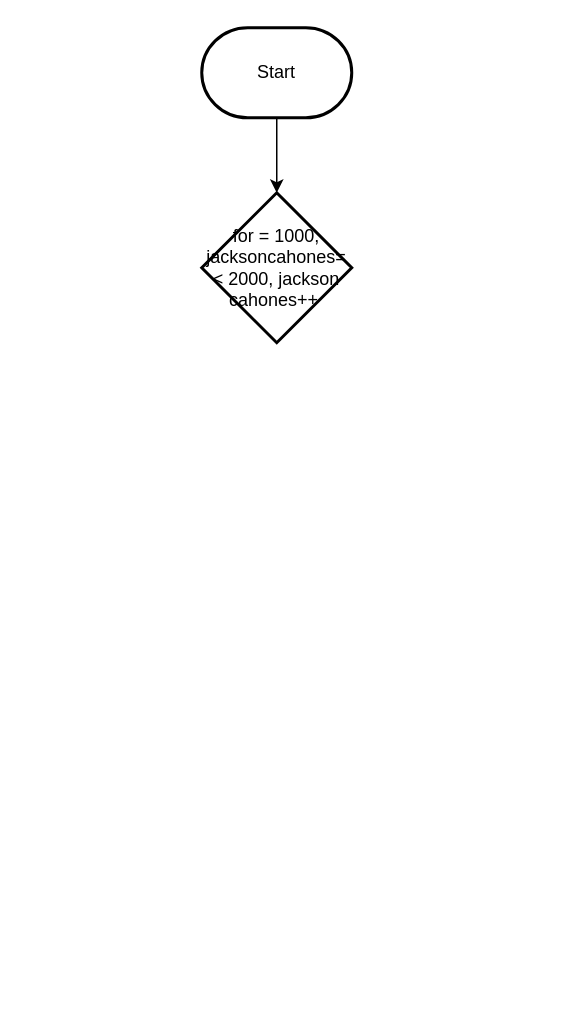
Above: Draw.io/Flowchart.drawio in Peter-Gemmell/ICS3U-Unit4-07-Python (draw.io), before the change. Source tidied: cells renumbered, new cells numbered last; positions are measured from the earlier drawing's top-left corner, leaving out a move shared by most shapes. Both pictures are drawn from the tidied source at 150%, with x=0, y=0 at pixel (201, 27).
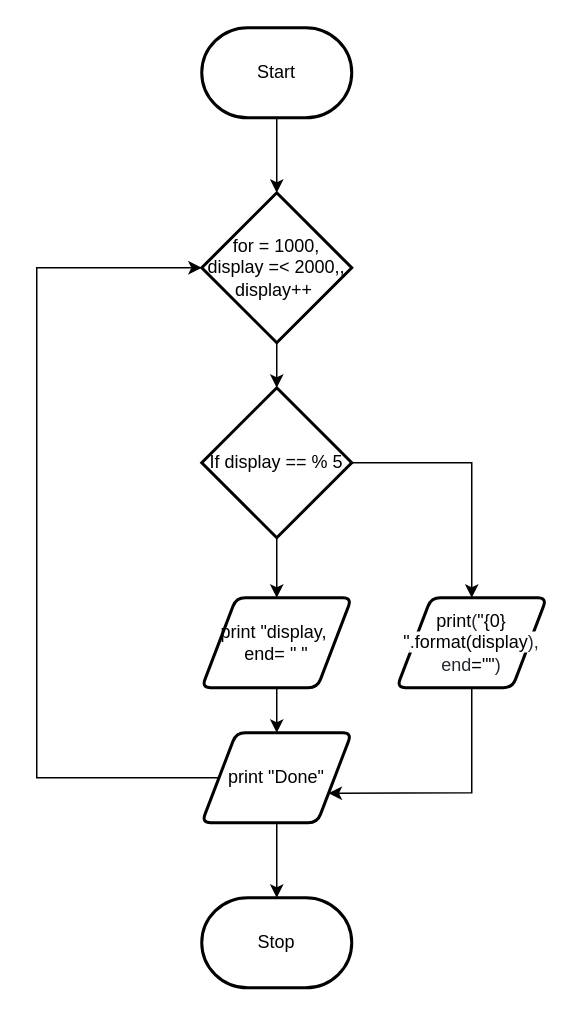
The same page after the edit.

The edit, as a diff of the source:
```diff
@@
+    <mxCell id="5" style="edgeStyle=none;html=1;exitX=0.5;exitY=1;exitDx=0;exitDy=0;exitPerimeter=0;entryX=0.5;entryY=0;entryDx=0;entryDy=0;entryPerimeter=0;" parent="1" edge="1" source="4" target="8">
+      <mxGeometry relative="1" as="geometry" />
+    </mxCell>
-    <mxCell id="4" value="for = 1000, jacksoncahones=&amp;lt; 2000, jackson cahones++&amp;nbsp;" style="strokeWidth=2;html=1;shape=mxgraph.flowchart.decision;whiteSpace=wrap;" parent="1" vertex="1">
+    <mxCell id="4" value="for = 1000, display =&amp;lt; 2000,, display++&amp;nbsp;" style="strokeWidth=2;html=1;shape=mxgraph.flowchart.decision;whiteSpace=wrap;" parent="1" vertex="1">
       <mxGeometry y="110" width="100" height="100" as="geometry" />
     </mxCell>
+    <mxCell id="6" style="edgeStyle=none;html=1;entryX=0.5;entryY=0;entryDx=0;entryDy=0;" parent="1" edge="1" source="8" target="10">
+      <mxGeometry relative="1" as="geometry" />
+    </mxCell>
+    <mxCell id="7" style="edgeStyle=none;html=1;entryX=0.5;entryY=0;entryDx=0;entryDy=0;exitX=1;exitY=0.5;exitDx=0;exitDy=0;exitPerimeter=0;rounded=0;" parent="1" edge="1" source="8" target="12">
+      <mxGeometry relative="1" as="geometry">
+        <Array as="points">
+          <mxPoint x="180" y="290" />
+        </Array>
+      </mxGeometry>
+    </mxCell>
+    <mxCell id="8" value="If display == % 5" style="strokeWidth=2;html=1;shape=mxgraph.flowchart.decision;whiteSpace=wrap;" parent="1" vertex="1">
+      <mxGeometry y="240" width="100" height="100" as="geometry" />
+    </mxCell>
+    <mxCell id="9" style="edgeStyle=none;rounded=0;html=1;exitX=0.5;exitY=1;exitDx=0;exitDy=0;entryX=0.5;entryY=0;entryDx=0;entryDy=0;" parent="1" edge="1" source="10" target="15">
+      <mxGeometry relative="1" as="geometry" />
+    </mxCell>
+    <mxCell id="10" value="print &quot;display,&amp;nbsp; end= &quot; &quot;" style="shape=parallelogram;html=1;strokeWidth=2;perimeter=parallelogramPerimeter;whiteSpace=wrap;rounded=1;arcSize=12;size=0.23;" parent="1" vertex="1">
+      <mxGeometry y="380" width="100" height="60" as="geometry" />
+    </mxCell>
+    <mxCell id="11" style="edgeStyle=none;rounded=0;html=1;exitX=0.5;exitY=1;exitDx=0;exitDy=0;entryX=1;entryY=0.75;entryDx=0;entryDy=0;" parent="1" edge="1" source="12" target="15">
+      <mxGeometry relative="1" as="geometry">
+        <Array as="points">
+          <mxPoint x="180" y="510" />
+        </Array>
+      </mxGeometry>
+    </mxCell>
+    <mxCell id="12" value="&lt;span class=&quot;pl-en&quot; style=&quot;box-sizing: border-box ; font-family: , , &amp;#34;sf mono&amp;#34; , &amp;#34;menlo&amp;#34; , &amp;#34;consolas&amp;#34; , &amp;#34;liberation mono&amp;#34; , monospace ; background-color: rgb(255 , 255 , 255)&quot;&gt;print&lt;/span&gt;&lt;span style=&quot;color: rgb(36 , 41 , 47) ; font-family: , , &amp;#34;sf mono&amp;#34; , &amp;#34;menlo&amp;#34; , &amp;#34;consolas&amp;#34; , &amp;#34;liberation mono&amp;#34; , monospace ; background-color: rgb(255 , 255 , 255)&quot;&gt;(&lt;/span&gt;&lt;span class=&quot;pl-s&quot; style=&quot;box-sizing: border-box ; font-family: , , &amp;#34;sf mono&amp;#34; , &amp;#34;menlo&amp;#34; , &amp;#34;consolas&amp;#34; , &amp;#34;liberation mono&amp;#34; , monospace ; background-color: rgb(255 , 255 , 255)&quot;&gt;&quot;{0} &quot;&lt;/span&gt;&lt;span style=&quot;color: rgb(36 , 41 , 47) ; font-family: , , &amp;#34;sf mono&amp;#34; , &amp;#34;menlo&amp;#34; , &amp;#34;consolas&amp;#34; , &amp;#34;liberation mono&amp;#34; , monospace ; background-color: rgb(255 , 255 , 255)&quot;&gt;.&lt;/span&gt;&lt;span class=&quot;pl-en&quot; style=&quot;box-sizing: border-box ; font-family: , , &amp;#34;sf mono&amp;#34; , &amp;#34;menlo&amp;#34; , &amp;#34;consolas&amp;#34; , &amp;#34;liberation mono&amp;#34; , monospace ; background-color: rgb(255 , 255 , 255)&quot;&gt;format(display&lt;/span&gt;&lt;span style=&quot;color: rgb(36 , 41 , 47) ; font-family: , , &amp;#34;sf mono&amp;#34; , &amp;#34;menlo&amp;#34; , &amp;#34;consolas&amp;#34; , &amp;#34;liberation mono&amp;#34; , monospace ; background-color: rgb(255 , 255 , 255)&quot;&gt;), &lt;/span&gt;&lt;span class=&quot;pl-s1&quot; style=&quot;box-sizing: border-box ; color: rgb(36 , 41 , 47) ; font-family: , , &amp;#34;sf mono&amp;#34; , &amp;#34;menlo&amp;#34; , &amp;#34;consolas&amp;#34; , &amp;#34;liberation mono&amp;#34; , monospace ; background-color: rgb(255 , 255 , 255)&quot;&gt;end&lt;/span&gt;&lt;span class=&quot;pl-c1&quot; style=&quot;box-sizing: border-box ; font-family: , , &amp;#34;sf mono&amp;#34; , &amp;#34;menlo&amp;#34; , &amp;#34;consolas&amp;#34; , &amp;#34;liberation mono&amp;#34; , monospace ; background-color: rgb(255 , 255 , 255)&quot;&gt;=&lt;/span&gt;&lt;span class=&quot;pl-s&quot; style=&quot;box-sizing: border-box ; font-family: , , &amp;#34;sf mono&amp;#34; , &amp;#34;menlo&amp;#34; , &amp;#34;consolas&amp;#34; , &amp;#34;liberation mono&amp;#34; , monospace ; background-color: rgb(255 , 255 , 255)&quot;&gt;&quot;&quot;&lt;/span&gt;&lt;span style=&quot;color: rgb(36 , 41 , 47) ; font-family: , , &amp;#34;sf mono&amp;#34; , &amp;#34;menlo&amp;#34; , &amp;#34;consolas&amp;#34; , &amp;#34;liberation mono&amp;#34; , monospace ; background-color: rgb(255 , 255 , 255)&quot;&gt;)&lt;/span&gt;" style="shape=parallelogram;html=1;strokeWidth=2;perimeter=parallelogramPerimeter;whiteSpace=wrap;rounded=1;arcSize=12;size=0.23;" parent="1" vertex="1">
+      <mxGeometry x="130" y="380" width="100" height="60" as="geometry" />
+    </mxCell>
+    <mxCell id="13" style="edgeStyle=none;rounded=0;html=1;entryX=0.5;entryY=0;entryDx=0;entryDy=0;entryPerimeter=0;" parent="1" edge="1" source="15" target="16">
+      <mxGeometry relative="1" as="geometry" />
+    </mxCell>
+    <mxCell id="14" style="edgeStyle=none;rounded=0;html=1;exitX=0;exitY=0.5;exitDx=0;exitDy=0;entryX=0;entryY=0.5;entryDx=0;entryDy=0;entryPerimeter=0;" parent="1" edge="1" source="15" target="4">
+      <mxGeometry relative="1" as="geometry">
+        <Array as="points">
+          <mxPoint x="-110" y="500" />
+          <mxPoint x="-110" y="160" />
+        </Array>
+      </mxGeometry>
+    </mxCell>
+    <mxCell id="15" value="print &quot;Done&quot;" style="shape=parallelogram;html=1;strokeWidth=2;perimeter=parallelogramPerimeter;whiteSpace=wrap;rounded=1;arcSize=12;size=0.23;" parent="1" vertex="1">
+      <mxGeometry y="470" width="100" height="60" as="geometry" />
+    </mxCell>
+    <mxCell id="16" value="Stop" style="strokeWidth=2;html=1;shape=mxgraph.flowchart.terminator;whiteSpace=wrap;" parent="1" vertex="1">
+      <mxGeometry y="580" width="100" height="60" as="geometry" />
+    </mxCell>
```
